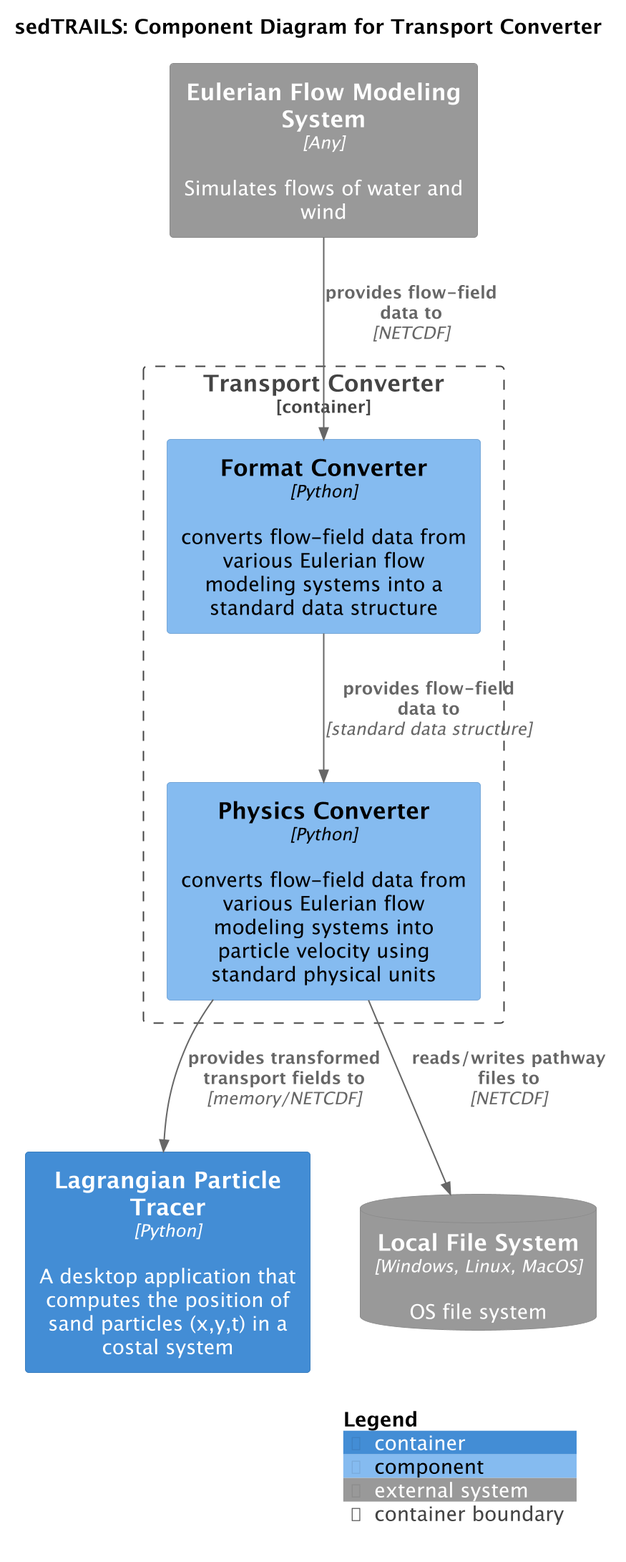
The PlantUML diagram img/v3/SedtrailComponentsConverter.png in sgpearson17/sedtrails-sgp, before a commit. Its diagram source:
```plantuml
@startuml SedtrailComponentsConverter
!include ./c4/C4_Component.puml


title sedTRAILS: Component Diagram for Transport Converter
scale 2

Container_Boundary(transportConverter, "Transport Converter"){
    Component(formatConverter, "Format Converter", "Python", "converts flow-field data from various Eulerian flow modeling systems into a standard data structure")
    Component(physicsConverter, "Physics Converter", "Python", "converts flow-field data from various Eulerian flow modeling systems into particle velocity using standard physical units")

    Rel(formatConverter, physicsConverter, "provides flow-field data to", "standard data structure")
}

Container(particleTracer, "Lagrangian Particle Tracer", "Python", "A desktop application that computes the position of sand particles (x,y,t) in a costal system")

System_Ext(flowSystem, "Eulerian Flow Modeling System", "Simulates flows of water and wind", $type="Any")
SystemDb_Ext(fileSystem, "Local File System", "OS file system", $type="Windows, Linux, MacOS")

Rel(physicsConverter, particleTracer, "provides transformed transport fields to", "memory/NETCDF")
Rel(physicsConverter, fileSystem, "reads/writes pathway files to", "NETCDF")

Rel(flowSystem, formatConverter, "provides flow-field data to ", "NETCDF")


SHOW_LEGEND()
@enduml
```
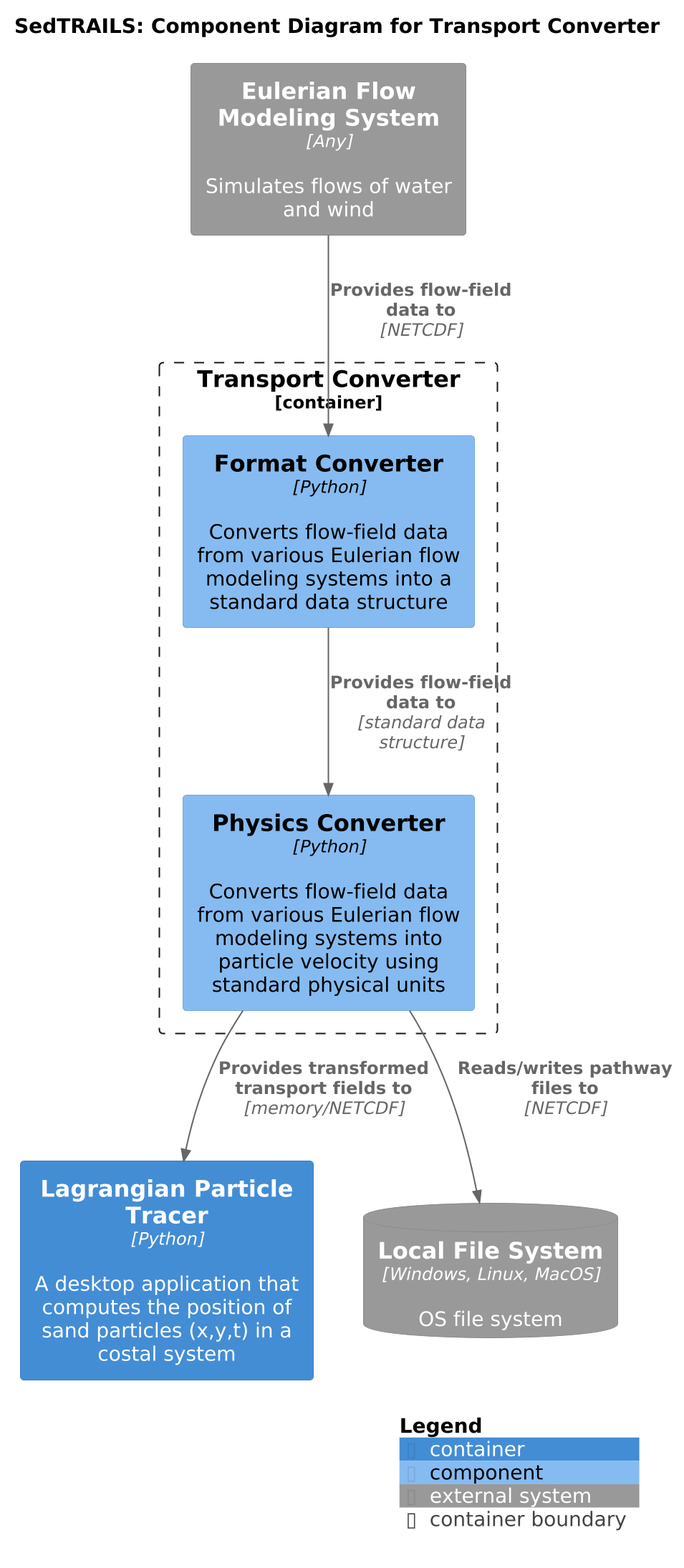
After the change.

Commit message:
Add diagram outputs

What changed in the source:
```diff
@@ -2,14 +2,14 @@
 !include ./c4/C4_Component.puml
 
 
-title sedTRAILS: Component Diagram for Transport Converter
+title SedTRAILS: Component Diagram for Transport Converter
 scale 2
 
 Container_Boundary(transportConverter, "Transport Converter"){
-    Component(formatConverter, "Format Converter", "Python", "converts flow-field data from various Eulerian flow modeling systems into a standard data structure")
-    Component(physicsConverter, "Physics Converter", "Python", "converts flow-field data from various Eulerian flow modeling systems into particle velocity using standard physical units")
+    Component(formatConverter, "Format Converter", "Python", "Converts flow-field data from various Eulerian flow modeling systems into a standard data structure")
+    Component(physicsConverter, "Physics Converter", "Python", "Converts flow-field data from various Eulerian flow modeling systems into particle velocity using standard physical units")
 
-    Rel(formatConverter, physicsConverter, "provides flow-field data to", "standard data structure")
+    Rel(formatConverter, physicsConverter, "Provides flow-field data to", "standard data structure")
 }
 
 Container(particleTracer, "Lagrangian Particle Tracer", "Python", "A desktop application that computes the position of sand particles (x,y,t) in a costal system")
@@ -17,10 +17,10 @@
 System_Ext(flowSystem, "Eulerian Flow Modeling System", "Simulates flows of water and wind", $type="Any")
 SystemDb_Ext(fileSystem, "Local File System", "OS file system", $type="Windows, Linux, MacOS")
 
-Rel(physicsConverter, particleTracer, "provides transformed transport fields to", "memory/NETCDF")
-Rel(physicsConverter, fileSystem, "reads/writes pathway files to", "NETCDF")
+Rel(physicsConverter, particleTracer, "Provides transformed transport fields to", "memory/NETCDF")
+Rel(physicsConverter, fileSystem, "Reads/writes pathway files to", "NETCDF")
 
-Rel(flowSystem, formatConverter, "provides flow-field data to ", "NETCDF")
+Rel(flowSystem, formatConverter, "Provides flow-field data to ", "NETCDF")
 
 
 SHOW_LEGEND()
```
